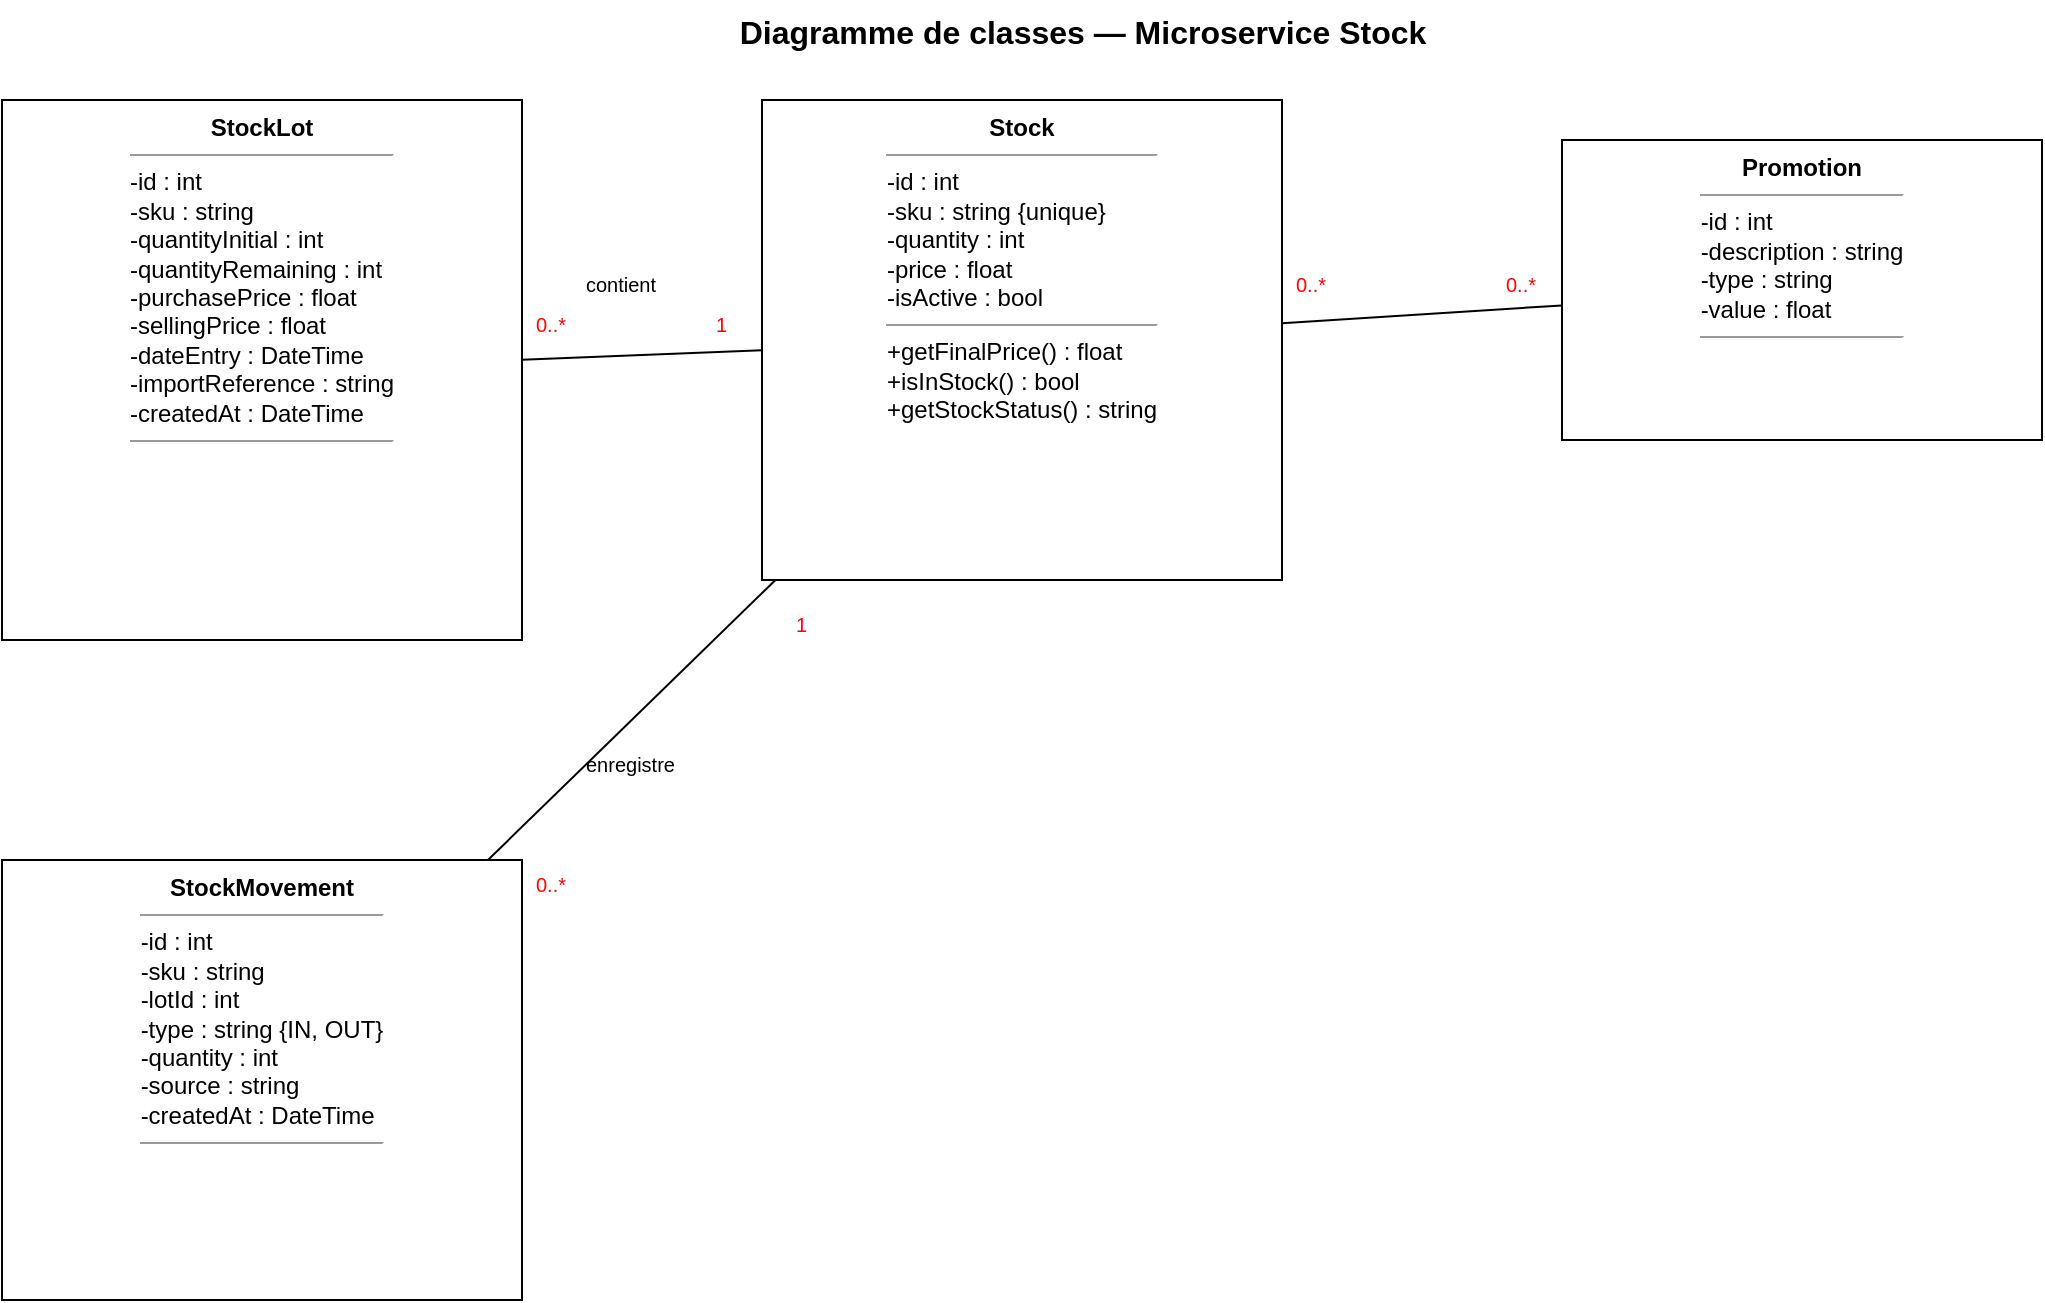
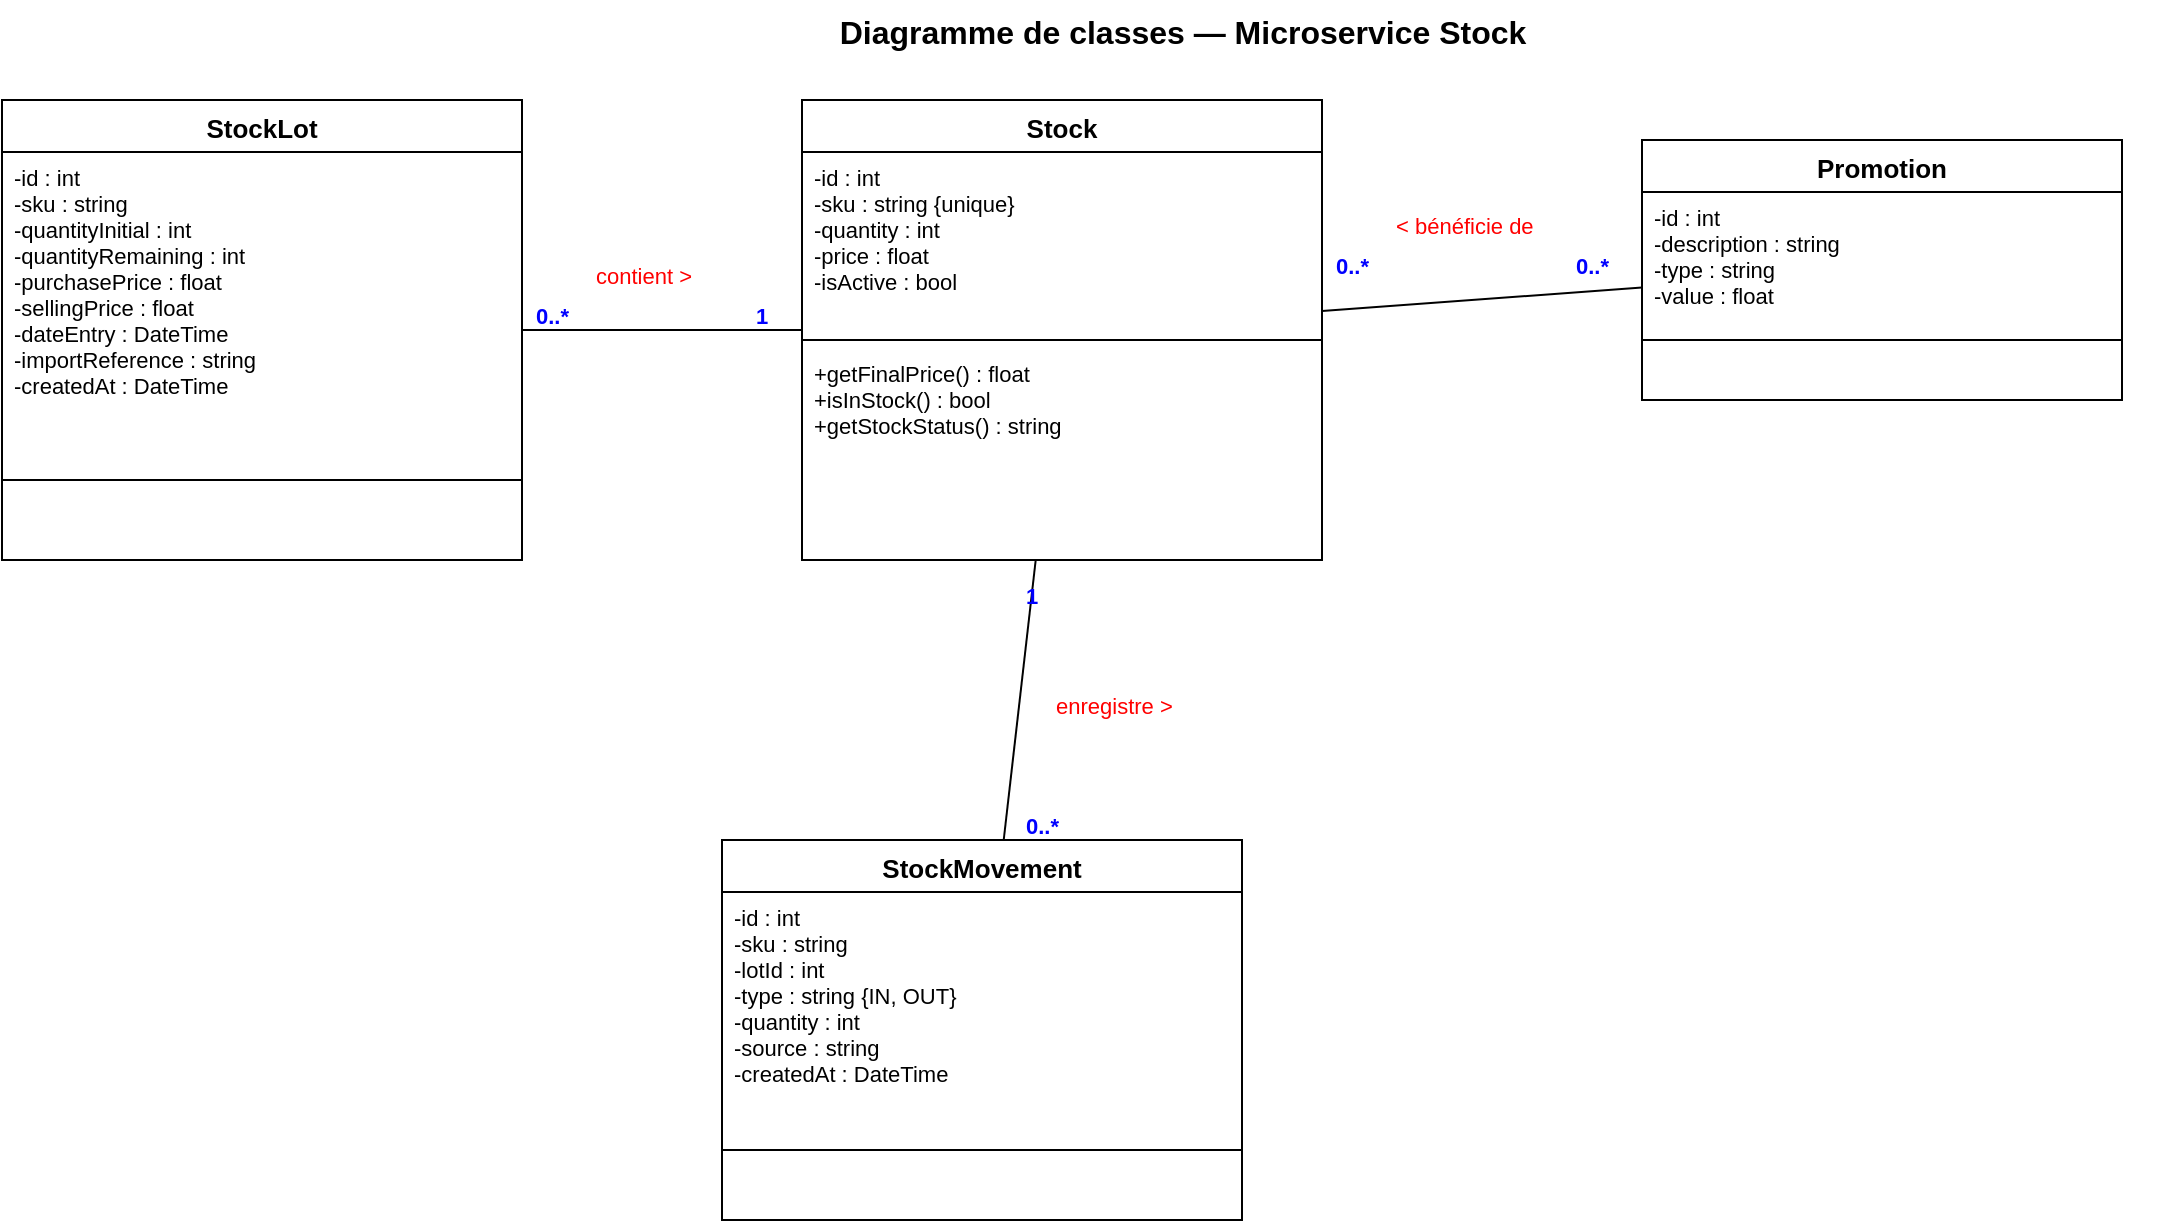
<mxfile host="app.diagrams.net" modified="2026-05-11" agent="Kiro" version="24.7.17" type="device">
  <diagram id="cls-stock" name="Classes - Microservice Stock">
-     <mxGraphModel dx="1400" dy="900" grid="1" gridSize="10" guides="1" tooltips="1" connect="1" arrows="1" fold="1" page="1" pageScale="1" pageWidth="1200" pageHeight="900" math="0" shadow="0">
+     <mxGraphModel dx="1400" dy="900" grid="1" gridSize="10" guides="1" tooltips="1" connect="1" arrows="1" fold="1" page="1" pageScale="1" pageWidth="1300" pageHeight="900" math="0" shadow="0">
      <root>
        <mxCell id="0"/><mxCell id="1" parent="0"/>
-         <mxCell id="t" value="Diagramme de classes — Microservice Stock" style="text;html=1;align=center;fontSize=16;fontStyle=1;" vertex="1" parent="1"><mxGeometry x="150" y="10" width="900" height="30" as="geometry"/></mxCell>
+         <mxCell id="t" value="Diagramme de classes — Microservice Stock" style="text;html=1;align=center;fontSize=16;fontStyle=1;fontColor=#000000;" vertex="1" parent="1"><mxGeometry x="150" y="10" width="1000" height="30" as="geometry"/></mxCell>

-         <mxCell id="stk" value="&lt;b&gt;Stock&lt;/b&gt;&lt;hr size=1&gt;&lt;div align='left'&gt;-id : int&lt;br&gt;-sku : string {unique}&lt;br&gt;-quantity : int&lt;br&gt;-price : float&lt;br&gt;-isActive : bool&lt;/div&gt;&lt;hr size=1&gt;&lt;div align='left'&gt;+getFinalPrice() : float&lt;br&gt;+isInStock() : bool&lt;br&gt;+getStockStatus() : string&lt;/div&gt;" style="rounded=0;whiteSpace=wrap;html=1;fillColor=none;strokeColor=#000000;fontSize=12;verticalAlign=top;" vertex="1" parent="1"><mxGeometry x="440" y="60" width="260" height="240" as="geometry"/></mxCell>
+         <mxCell id="stk" value="Stock" style="swimlane;fontStyle=1;align=center;verticalAlign=top;childLayout=stackLayout;horizontal=1;startSize=26;collapsible=0;marginBottom=0;fillColor=#FFFFFF;strokeColor=#000000;fontColor=#000000;fontSize=13;" vertex="1" parent="1">
+           <mxGeometry x="460" y="60" width="260" height="230" as="geometry"/>
+         </mxCell>
+         <mxCell id="stk_a" value="-id : int&#xa;-sku : string {unique}&#xa;-quantity : int&#xa;-price : float&#xa;-isActive : bool" style="text;strokeColor=none;fillColor=none;align=left;verticalAlign=top;spacingLeft=4;overflow=hidden;rotatable=0;points=[[0,0.5],[1,0.5]];portConstraint=eastwest;fontColor=#000000;fontSize=11;" vertex="1" parent="stk">
+           <mxGeometry y="26" width="260" height="90" as="geometry"/>
+         </mxCell>
+         <mxCell id="stk_s" value="" style="line;strokeWidth=1;fillColor=none;align=left;verticalAlign=middle;spacingTop=-1;spacingLeft=3;spacingRight=3;rotatable=0;labelPosition=left;points=[];portConstraint=eastwest;strokeColor=#000000;" vertex="1" parent="stk">
+           <mxGeometry y="116" width="260" height="8" as="geometry"/>
+         </mxCell>
+         <mxCell id="stk_m" value="+getFinalPrice() : float&#xa;+isInStock() : bool&#xa;+getStockStatus() : string" style="text;strokeColor=none;fillColor=none;align=left;verticalAlign=top;spacingLeft=4;overflow=hidden;rotatable=0;points=[[0,0.5],[1,0.5]];portConstraint=eastwest;fontColor=#000000;fontSize=11;" vertex="1" parent="stk">
+           <mxGeometry y="124" width="260" height="106" as="geometry"/>
+         </mxCell>

-         <mxCell id="lot" value="&lt;b&gt;StockLot&lt;/b&gt;&lt;hr size=1&gt;&lt;div align='left'&gt;-id : int&lt;br&gt;-sku : string&lt;br&gt;-quantityInitial : int&lt;br&gt;-quantityRemaining : int&lt;br&gt;-purchasePrice : float&lt;br&gt;-sellingPrice : float&lt;br&gt;-dateEntry : DateTime&lt;br&gt;-importReference : string&lt;br&gt;-createdAt : DateTime&lt;/div&gt;&lt;hr size=1&gt;" style="rounded=0;whiteSpace=wrap;html=1;fillColor=none;strokeColor=#000000;fontSize=12;verticalAlign=top;" vertex="1" parent="1"><mxGeometry x="60" y="60" width="260" height="270" as="geometry"/></mxCell>
+         <mxCell id="lot" value="StockLot" style="swimlane;fontStyle=1;align=center;verticalAlign=top;childLayout=stackLayout;horizontal=1;startSize=26;collapsible=0;marginBottom=0;fillColor=#FFFFFF;strokeColor=#000000;fontColor=#000000;fontSize=13;" vertex="1" parent="1">
+           <mxGeometry x="60" y="60" width="260" height="230" as="geometry"/>
+         </mxCell>
+         <mxCell id="lot_a" value="-id : int&#xa;-sku : string&#xa;-quantityInitial : int&#xa;-quantityRemaining : int&#xa;-purchasePrice : float&#xa;-sellingPrice : float&#xa;-dateEntry : DateTime&#xa;-importReference : string&#xa;-createdAt : DateTime" style="text;strokeColor=none;fillColor=none;align=left;verticalAlign=top;spacingLeft=4;overflow=hidden;rotatable=0;points=[[0,0.5],[1,0.5]];portConstraint=eastwest;fontColor=#000000;fontSize=11;" vertex="1" parent="lot">
+           <mxGeometry y="26" width="260" height="160" as="geometry"/>
+         </mxCell>
+         <mxCell id="lot_s" value="" style="line;strokeWidth=1;fillColor=none;align=left;verticalAlign=middle;spacingTop=-1;spacingLeft=3;spacingRight=3;rotatable=0;labelPosition=left;points=[];portConstraint=eastwest;strokeColor=#000000;" vertex="1" parent="lot">
+           <mxGeometry y="186" width="260" height="8" as="geometry"/>
+         </mxCell>
+         <mxCell id="lot_m" value=" " style="text;strokeColor=none;fillColor=none;align=left;verticalAlign=top;spacingLeft=4;overflow=hidden;rotatable=0;points=[[0,0.5],[1,0.5]];portConstraint=eastwest;fontColor=#000000;fontSize=11;" vertex="1" parent="lot">
+           <mxGeometry y="194" width="260" height="36" as="geometry"/>
+         </mxCell>

-         <mxCell id="promo" value="&lt;b&gt;Promotion&lt;/b&gt;&lt;hr size=1&gt;&lt;div align='left'&gt;-id : int&lt;br&gt;-description : string&lt;br&gt;-type : string&lt;br&gt;-value : float&lt;/div&gt;&lt;hr size=1&gt;" style="rounded=0;whiteSpace=wrap;html=1;fillColor=none;strokeColor=#000000;fontSize=12;verticalAlign=top;" vertex="1" parent="1"><mxGeometry x="840" y="80" width="240" height="150" as="geometry"/></mxCell>
+         <mxCell id="promo" value="Promotion" style="swimlane;fontStyle=1;align=center;verticalAlign=top;childLayout=stackLayout;horizontal=1;startSize=26;collapsible=0;marginBottom=0;fillColor=#FFFFFF;strokeColor=#000000;fontColor=#000000;fontSize=13;" vertex="1" parent="1">
+           <mxGeometry x="880" y="80" width="240" height="130" as="geometry"/>
+         </mxCell>
+         <mxCell id="promo_a" value="-id : int&#xa;-description : string&#xa;-type : string&#xa;-value : float" style="text;strokeColor=none;fillColor=none;align=left;verticalAlign=top;spacingLeft=4;overflow=hidden;rotatable=0;points=[[0,0.5],[1,0.5]];portConstraint=eastwest;fontColor=#000000;fontSize=11;" vertex="1" parent="promo">
+           <mxGeometry y="26" width="240" height="70" as="geometry"/>
+         </mxCell>
+         <mxCell id="promo_s" value="" style="line;strokeWidth=1;fillColor=none;align=left;verticalAlign=middle;spacingTop=-1;spacingLeft=3;spacingRight=3;rotatable=0;labelPosition=left;points=[];portConstraint=eastwest;strokeColor=#000000;" vertex="1" parent="promo">
+           <mxGeometry y="96" width="240" height="8" as="geometry"/>
+         </mxCell>
+         <mxCell id="promo_m" value=" " style="text;strokeColor=none;fillColor=none;align=left;verticalAlign=top;spacingLeft=4;overflow=hidden;rotatable=0;points=[[0,0.5],[1,0.5]];portConstraint=eastwest;fontColor=#000000;fontSize=11;" vertex="1" parent="promo">
+           <mxGeometry y="104" width="240" height="26" as="geometry"/>
+         </mxCell>

-         <mxCell id="mvt" value="&lt;b&gt;StockMovement&lt;/b&gt;&lt;hr size=1&gt;&lt;div align='left'&gt;-id : int&lt;br&gt;-sku : string&lt;br&gt;-lotId : int&lt;br&gt;-type : string {IN, OUT}&lt;br&gt;-quantity : int&lt;br&gt;-source : string&lt;br&gt;-createdAt : DateTime&lt;/div&gt;&lt;hr size=1&gt;" style="rounded=0;whiteSpace=wrap;html=1;fillColor=none;strokeColor=#000000;fontSize=12;verticalAlign=top;" vertex="1" parent="1"><mxGeometry x="60" y="440" width="260" height="220" as="geometry"/></mxCell>
+         <mxCell id="mvt" value="StockMovement" style="swimlane;fontStyle=1;align=center;verticalAlign=top;childLayout=stackLayout;horizontal=1;startSize=26;collapsible=0;marginBottom=0;fillColor=#FFFFFF;strokeColor=#000000;fontColor=#000000;fontSize=13;" vertex="1" parent="1">
+           <mxGeometry x="420" y="430" width="260" height="190" as="geometry"/>
+         </mxCell>
+         <mxCell id="mvt_a" value="-id : int&#xa;-sku : string&#xa;-lotId : int&#xa;-type : string {IN, OUT}&#xa;-quantity : int&#xa;-source : string&#xa;-createdAt : DateTime" style="text;strokeColor=none;fillColor=none;align=left;verticalAlign=top;spacingLeft=4;overflow=hidden;rotatable=0;points=[[0,0.5],[1,0.5]];portConstraint=eastwest;fontColor=#000000;fontSize=11;" vertex="1" parent="mvt">
+           <mxGeometry y="26" width="260" height="125" as="geometry"/>
+         </mxCell>
+         <mxCell id="mvt_s" value="" style="line;strokeWidth=1;fillColor=none;align=left;verticalAlign=middle;spacingTop=-1;spacingLeft=3;spacingRight=3;rotatable=0;labelPosition=left;points=[];portConstraint=eastwest;strokeColor=#000000;" vertex="1" parent="mvt">
+           <mxGeometry y="151" width="260" height="8" as="geometry"/>
+         </mxCell>
+         <mxCell id="mvt_m" value=" " style="text;strokeColor=none;fillColor=none;align=left;verticalAlign=top;spacingLeft=4;overflow=hidden;rotatable=0;points=[[0,0.5],[1,0.5]];portConstraint=eastwest;fontColor=#000000;fontSize=11;" vertex="1" parent="mvt">
+           <mxGeometry y="159" width="260" height="31" as="geometry"/>
+         </mxCell>

-         <mxCell id="r1" style="endArrow=none;html=1;fontSize=10;" edge="1" parent="1" source="stk" target="lot"><mxGeometry relative="1" as="geometry"/></mxCell>
-         <mxCell id="r1a" value="&lt;font color='#FF0000'&gt;1&lt;/font&gt;" style="text;html=1;fontSize=10;" vertex="1" parent="1"><mxGeometry x="415" y="160" width="20" height="20" as="geometry"/></mxCell>
-         <mxCell id="r1b" value="&lt;font color='#FF0000'&gt;0..*&lt;/font&gt;" style="text;html=1;fontSize=10;" vertex="1" parent="1"><mxGeometry x="325" y="160" width="35" height="20" as="geometry"/></mxCell>
-         <mxCell id="r1n" value="contient" style="text;html=1;fontSize=10;fontStyle=0;" vertex="1" parent="1"><mxGeometry x="350" y="140" width="60" height="20" as="geometry"/></mxCell>
+         <mxCell id="r1" style="endArrow=none;html=1;strokeColor=#000000;" edge="1" parent="1" source="stk" target="lot"><mxGeometry relative="1" as="geometry"/></mxCell>
+         <mxCell id="r1a" value="1" style="text;html=1;fontSize=11;fontColor=#0000FF;fontStyle=1;" vertex="1" parent="1"><mxGeometry x="435" y="155" width="20" height="20" as="geometry"/></mxCell>
+         <mxCell id="r1b" value="0..*" style="text;html=1;fontSize=11;fontColor=#0000FF;fontStyle=1;" vertex="1" parent="1"><mxGeometry x="325" y="155" width="35" height="20" as="geometry"/></mxCell>
+         <mxCell id="r1v" value="&lt;font color='#FF0000'&gt;contient &amp;gt;&lt;/font&gt;" style="text;html=1;fontSize=11;" vertex="1" parent="1"><mxGeometry x="355" y="135" width="80" height="20" as="geometry"/></mxCell>

-         <mxCell id="r2" style="endArrow=none;html=1;fontSize=10;" edge="1" parent="1" source="stk" target="promo"><mxGeometry relative="1" as="geometry"/></mxCell>
-         <mxCell id="r2a" value="&lt;font color='#FF0000'&gt;0..*&lt;/font&gt;" style="text;html=1;fontSize=10;" vertex="1" parent="1"><mxGeometry x="705" y="140" width="35" height="20" as="geometry"/></mxCell>
-         <mxCell id="r2b" value="&lt;font color='#FF0000'&gt;0..*&lt;/font&gt;" style="text;html=1;fontSize=10;" vertex="1" parent="1"><mxGeometry x="810" y="140" width="35" height="20" as="geometry"/></mxCell>
+         <mxCell id="r2" style="endArrow=none;html=1;strokeColor=#000000;" edge="1" parent="1" source="stk" target="promo"><mxGeometry relative="1" as="geometry"/></mxCell>
+         <mxCell id="r2a" value="0..*" style="text;html=1;fontSize=11;fontColor=#0000FF;fontStyle=1;" vertex="1" parent="1"><mxGeometry x="725" y="130" width="35" height="20" as="geometry"/></mxCell>
+         <mxCell id="r2b" value="0..*" style="text;html=1;fontSize=11;fontColor=#0000FF;fontStyle=1;" vertex="1" parent="1"><mxGeometry x="845" y="130" width="35" height="20" as="geometry"/></mxCell>
+         <mxCell id="r2v" value="&lt;font color='#FF0000'&gt;&amp;lt; bénéficie de&lt;/font&gt;" style="text;html=1;fontSize=11;" vertex="1" parent="1"><mxGeometry x="755" y="110" width="100" height="20" as="geometry"/></mxCell>

-         <mxCell id="r3" style="endArrow=none;html=1;fontSize=10;" edge="1" parent="1" source="stk" target="mvt"><mxGeometry relative="1" as="geometry"/></mxCell>
-         <mxCell id="r3a" value="&lt;font color='#FF0000'&gt;1&lt;/font&gt;" style="text;html=1;fontSize=10;" vertex="1" parent="1"><mxGeometry x="455" y="310" width="20" height="20" as="geometry"/></mxCell>
-         <mxCell id="r3b" value="&lt;font color='#FF0000'&gt;0..*&lt;/font&gt;" style="text;html=1;fontSize=10;" vertex="1" parent="1"><mxGeometry x="325" y="440" width="35" height="20" as="geometry"/></mxCell>
-         <mxCell id="r3n" value="enregistre" style="text;html=1;fontSize=10;fontStyle=0;" vertex="1" parent="1"><mxGeometry x="350" y="380" width="70" height="20" as="geometry"/></mxCell>
+         <mxCell id="r3" style="endArrow=none;html=1;strokeColor=#000000;" edge="1" parent="1" source="stk" target="mvt"><mxGeometry relative="1" as="geometry"/></mxCell>
+         <mxCell id="r3a" value="1" style="text;html=1;fontSize=11;fontColor=#0000FF;fontStyle=1;" vertex="1" parent="1"><mxGeometry x="570" y="295" width="20" height="20" as="geometry"/></mxCell>
+         <mxCell id="r3b" value="0..*" style="text;html=1;fontSize=11;fontColor=#0000FF;fontStyle=1;" vertex="1" parent="1"><mxGeometry x="570" y="410" width="35" height="20" as="geometry"/></mxCell>
+         <mxCell id="r3v" value="&lt;font color='#FF0000'&gt;enregistre &amp;gt;&lt;/font&gt;" style="text;html=1;fontSize=11;" vertex="1" parent="1"><mxGeometry x="585" y="350" width="90" height="20" as="geometry"/></mxCell>
      </root>
    </mxGraphModel>
  </diagram>
</mxfile>